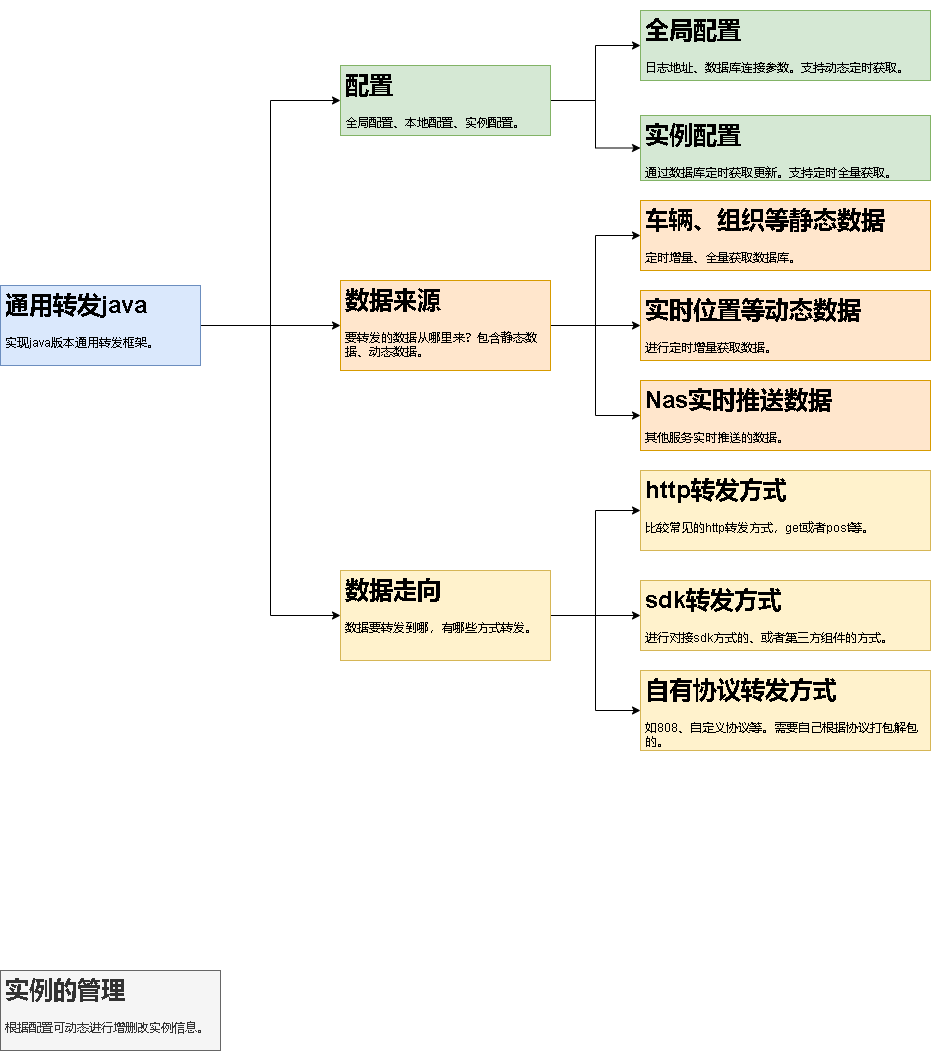
Earlier version of the draw.io export 通用转发java.drawio.png (xktder/draw). Source tidied: cells renumbered, new cells last; positions are measured from the earlier drawing's top-left corner, leaving out a move shared by most shapes.
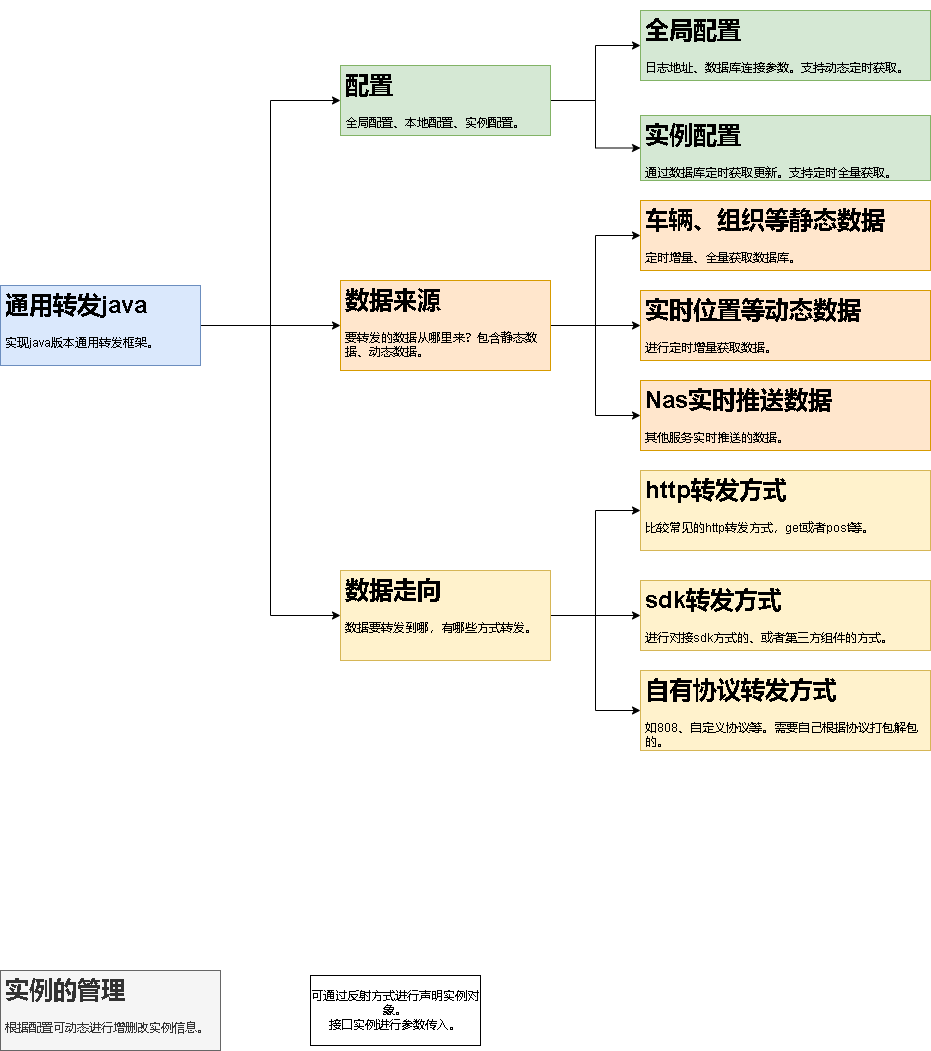
After the commit.

Commit message:
更新通用转发java.drawio.png

Diff of the diagram source:
```diff
@@ -74,5 +74,8 @@
     <mxCell id="25" value="&lt;h1&gt;实例的管理&lt;/h1&gt;&lt;p&gt;根据配置可动态进行增删改实例信息。&lt;/p&gt;" style="text;html=1;strokeColor=#666666;fillColor=#f5f5f5;spacing=5;spacingTop=-20;whiteSpace=wrap;overflow=hidden;rounded=0;fontColor=#333333;" parent="1" vertex="1">
       <mxGeometry y="960" width="220" height="80" as="geometry" />
     </mxCell>
+    <mxCell id="26" value="可通过反射方式进行声明实例对象。&lt;br&gt;接口实例进行参数传入。" style="rounded=0;whiteSpace=wrap;html=1;" parent="1" vertex="1">
+      <mxGeometry x="310" y="965" width="170" height="70" as="geometry" />
+    </mxCell>
   </root>
 </mxGraphModel>
```
